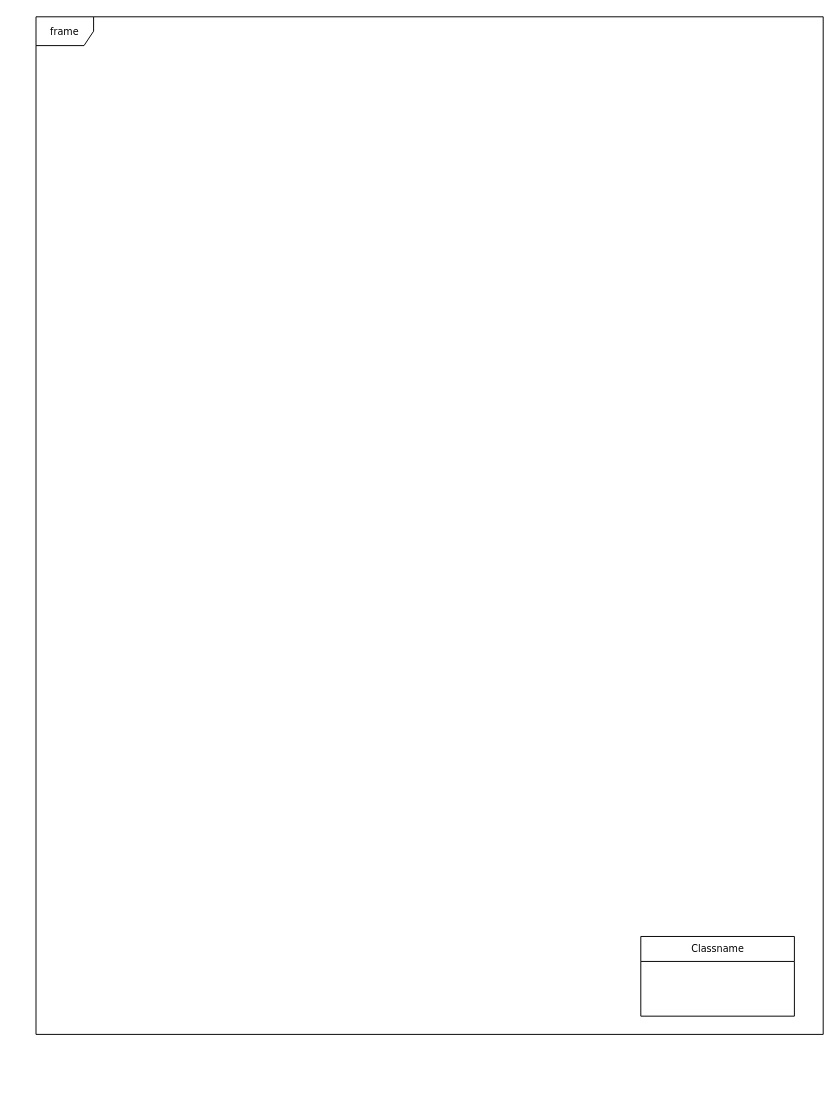
Earlier version of the draw.io diagram Untitled Diagram.drawio (SAZZAD-HT/.Net-REcap). Source tidied: cells renumbered, new cells numbered last; positions are measured from the earlier drawing's top-left corner, leaving out a move shared by most shapes. Both pictures are drawn from the tidied source at 96%, with x=0, y=0 at pixel (36, 16).
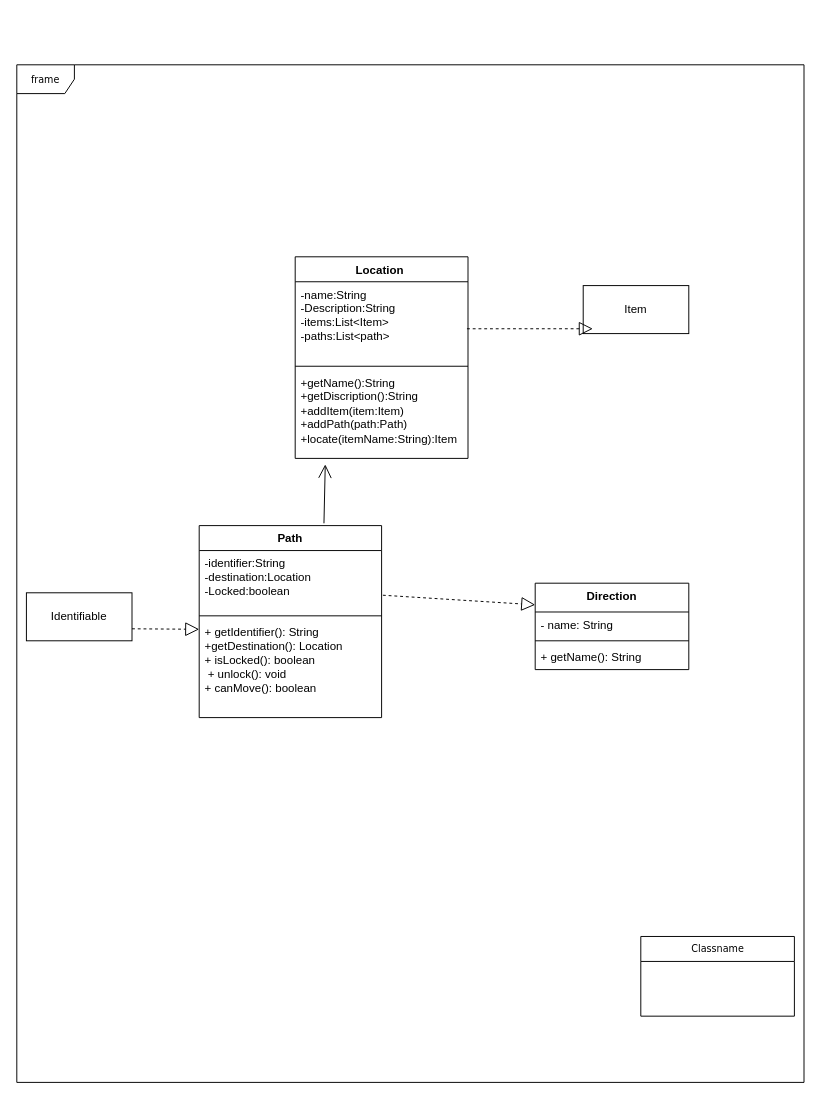
The same diagram, later.

What changed in the source:
```diff
@@
     <mxCell id="2" value="frame" style="shape=umlFrame;whiteSpace=wrap;html=1;rounded=0;shadow=0;comic=0;labelBackgroundColor=none;strokeWidth=1;fontFamily=Verdana;fontSize=10;align=center;" parent="1" vertex="1">
-      <mxGeometry width="820" height="1060" as="geometry" />
+      <mxGeometry x="-20" y="50" width="820" height="1060" as="geometry" />
     </mxCell>
@@
+    <mxCell id="4" value="Location&amp;nbsp;" style="swimlane;fontStyle=1;align=center;verticalAlign=top;horizontal=1;startSize=26;whiteSpace=wrap;html=1;" parent="1" vertex="1">
+      <mxGeometry x="270" y="250" width="180" height="210" as="geometry" />
+    </mxCell>
+    <mxCell id="5" value="-name:String&lt;br&gt;-Description:String&lt;br&gt;-items:List&amp;lt;Item&amp;gt;&lt;br&gt;-paths:List&amp;lt;path&amp;gt;" style="text;strokeColor=none;fillColor=none;align=left;verticalAlign=top;spacingLeft=4;spacingRight=4;overflow=hidden;points=[[0,0.5],[1,0.5]];portConstraint=eastwest;whiteSpace=wrap;html=1;" parent="4" vertex="1">
+      <mxGeometry y="26" width="180" height="84" as="geometry" />
+    </mxCell>
+    <mxCell id="6" style="line;strokeWidth=1;fillColor=none;align=left;verticalAlign=middle;spacingTop=-1;spacingLeft=3;spacingRight=3;labelPosition=right;strokeColor=inherit;" parent="4" vertex="1">
+      <mxGeometry y="110" width="180" height="8" as="geometry" />
+    </mxCell>
+    <mxCell id="7" value="+getName():String&lt;br&gt;+getDiscription():String&lt;br&gt;+addItem(item:Item)&lt;br&gt;+addPath(path:Path)&lt;br&gt;+locate(itemName:String):Item" style="text;strokeColor=none;fillColor=none;align=left;verticalAlign=top;spacingLeft=4;spacingRight=4;overflow=hidden;points=[[0,0.5],[1,0.5]];portConstraint=eastwest;whiteSpace=wrap;html=1;" parent="4" vertex="1">
+      <mxGeometry y="118" width="180" height="92" as="geometry" />
+    </mxCell>
+    <mxCell id="8" value="Path" style="swimlane;fontStyle=1;align=center;verticalAlign=top;horizontal=1;startSize=26;whiteSpace=wrap;html=1;" parent="1" vertex="1">
+      <mxGeometry x="170" y="530" width="190" height="200" as="geometry" />
+    </mxCell>
+    <mxCell id="9" value="-identifier:String&lt;br&gt;-destination:Location&lt;br&gt;-Locked:boolean" style="text;strokeColor=none;fillColor=none;align=left;verticalAlign=top;spacingLeft=4;spacingRight=4;overflow=hidden;points=[[0,0.5],[1,0.5]];portConstraint=eastwest;whiteSpace=wrap;html=1;" parent="8" vertex="1">
+      <mxGeometry y="26" width="190" height="64" as="geometry" />
+    </mxCell>
+    <mxCell id="10" style="line;strokeWidth=1;fillColor=none;align=left;verticalAlign=middle;spacingTop=-1;spacingLeft=3;spacingRight=3;labelPosition=right;strokeColor=inherit;" parent="8" vertex="1">
+      <mxGeometry y="90" width="190" height="8" as="geometry" />
+    </mxCell>
+    <mxCell id="11" value="+ getIdentifier(): String&lt;br&gt;+getDestination(): Location&lt;br&gt;+ isLocked(): boolean&amp;nbsp;&lt;br&gt;&amp;nbsp;+ unlock(): void&lt;br&gt;+ canMove(): boolean&lt;br&gt;" style="text;strokeColor=none;fillColor=none;align=left;verticalAlign=top;spacingLeft=4;spacingRight=4;overflow=hidden;whiteSpace=wrap;html=1;" parent="8" vertex="1">
+      <mxGeometry y="98" width="190" height="102" as="geometry" />
+    </mxCell>
+    <mxCell id="12" value="Direction" style="swimlane;fontStyle=1;align=center;verticalAlign=top;horizontal=1;startSize=30;whiteSpace=wrap;html=1;" parent="1" vertex="1">
+      <mxGeometry x="520" y="590" width="160" height="90" as="geometry" />
+    </mxCell>
+    <mxCell id="13" value="- name: String&amp;nbsp;" style="text;strokeColor=none;fillColor=none;align=left;verticalAlign=top;spacingLeft=4;spacingRight=4;overflow=hidden;whiteSpace=wrap;html=1;" parent="12" vertex="1">
+      <mxGeometry y="30" width="160" height="26" as="geometry" />
+    </mxCell>
+    <mxCell id="14" style="line;strokeWidth=1;fillColor=none;align=left;verticalAlign=middle;spacingTop=-1;spacingLeft=3;spacingRight=3;labelPosition=right;strokeColor=inherit;" parent="12" vertex="1">
+      <mxGeometry y="56" width="160" height="8" as="geometry" />
+    </mxCell>
+    <mxCell id="15" value="+ getName(): String" style="text;strokeColor=none;fillColor=none;align=left;verticalAlign=top;spacingLeft=4;spacingRight=4;overflow=hidden;whiteSpace=wrap;html=1;" parent="12" vertex="1">
+      <mxGeometry y="64" width="160" height="26" as="geometry" />
+    </mxCell>
+    <mxCell id="16" value="Identifiable" style="html=1;whiteSpace=wrap;" parent="1" vertex="1">
+      <mxGeometry x="-10" y="600" width="110" height="50" as="geometry" />
+    </mxCell>
+    <mxCell id="17" style="endArrow=block;dashed=1;endFill=0;endSize=12;html=1;rounded=0;exitX=1;exitY=0.75;exitDx=0;exitDy=0;" parent="1" edge="1" source="16">
+      <mxGeometry relative="1" as="geometry">
+        <mxPoint x="170" y="638" as="targetPoint" />
+      </mxGeometry>
+    </mxCell>
+    <mxCell id="18" style="endArrow=open;endFill=1;endSize=12;html=1;rounded=0;exitX=0.684;exitY=-0.012;exitDx=0;exitDy=0;exitPerimeter=0;entryX=0.174;entryY=1.068;entryDx=0;entryDy=0;entryPerimeter=0;" parent="1" edge="1" source="8" target="7">
+      <mxGeometry relative="1" as="geometry" />
+    </mxCell>
+    <mxCell id="19" value="Item" style="html=1;whiteSpace=wrap;" parent="1" vertex="1">
+      <mxGeometry x="570" y="280" width="110" height="50" as="geometry" />
+    </mxCell>
+    <mxCell id="20" style="endArrow=block;dashed=1;endFill=0;endSize=12;html=1;rounded=0;exitX=0.994;exitY=0.583;exitDx=0;exitDy=0;exitPerimeter=0;entryX=0.091;entryY=0.899;entryDx=0;entryDy=0;entryPerimeter=0;" parent="1" edge="1" source="5" target="19">
+      <mxGeometry relative="1" as="geometry" />
+    </mxCell>
+    <mxCell id="21" style="endArrow=block;dashed=1;endFill=0;endSize=12;html=1;rounded=0;exitX=1.007;exitY=0.727;exitDx=0;exitDy=0;exitPerimeter=0;entryX=0;entryY=0.25;entryDx=0;entryDy=0;" parent="1" edge="1" source="9" target="12">
+      <mxGeometry relative="1" as="geometry" />
+    </mxCell>
```
